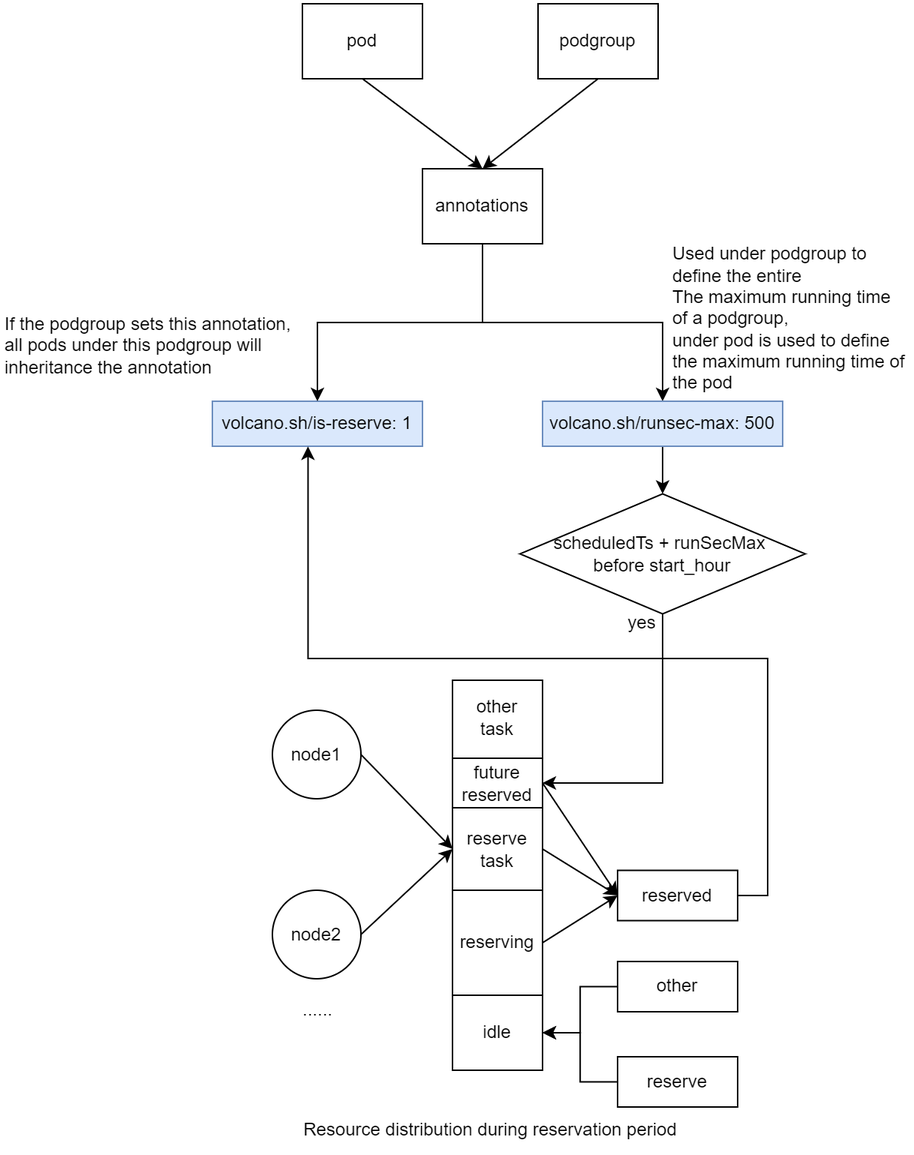
The draw.io diagram docs/design/images/node-resource-reservation-annotation.png in volcano-sh/volcano, before a commit. Source tidied: cells renumbered, new cells last; positions are measured from the earlier drawing's top-left corner, leaving out a move shared by most shapes.
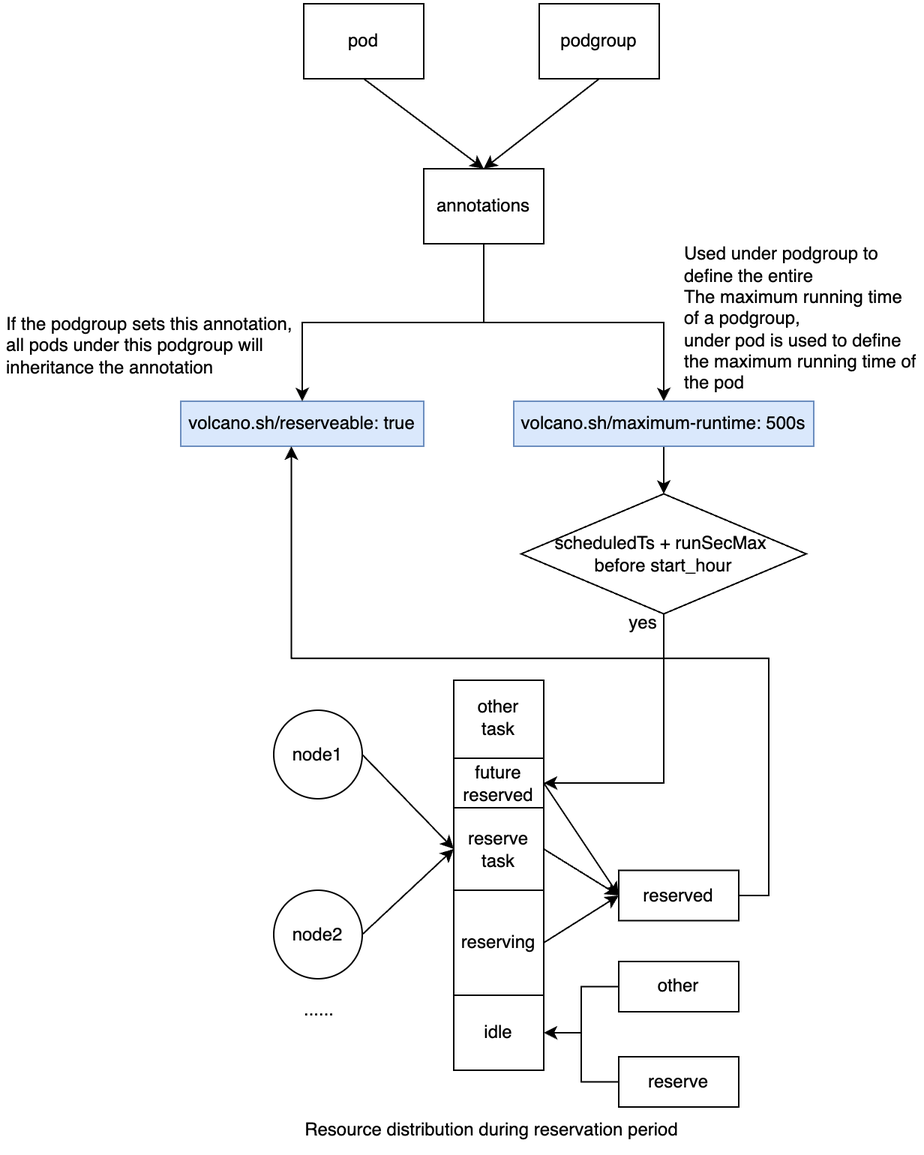
Later version of the same file.

What changed in the source:
```diff
@@ -2,8 +2,8 @@
   <root>
     <mxCell id="0" />
     <mxCell id="1" parent="0" />
-    <mxCell id="2" value="volcano.sh/is-reserve: 1" style="text;html=1;align=center;verticalAlign=middle;whiteSpace=wrap;rounded=0;strokeColor=#6c8ebf;fillColor=#dae8fc;" parent="1" vertex="1">
-      <mxGeometry x="140" y="265" width="140" height="30" as="geometry" />
+    <mxCell id="2" value="volcano.sh/reserveable: true" style="text;html=1;align=center;verticalAlign=middle;whiteSpace=wrap;rounded=0;strokeColor=#6c8ebf;fillColor=#dae8fc;" parent="1" vertex="1">
+      <mxGeometry x="118" y="265" width="162" height="30" as="geometry" />
     </mxCell>
     <mxCell id="3" value="pod" style="rounded=0;whiteSpace=wrap;html=1;" parent="1" vertex="1">
       <mxGeometry x="200" width="80" height="50" as="geometry" />
@@ -74,14 +74,14 @@
     <mxCell id="25" style="edgeStyle=orthogonalEdgeStyle;rounded=0;jettySize=auto;html=1;exitX=0.5;exitY=1;exitDx=0;exitDy=0;entryX=0.5;entryY=0;entryDx=0;entryDy=0;" parent="1" edge="1" source="26" target="35">
       <mxGeometry relative="1" as="geometry" />
     </mxCell>
-    <mxCell id="26" value="volcano.sh/runsec-max: 500" style="text;html=1;align=center;verticalAlign=middle;whiteSpace=wrap;rounded=0;strokeColor=#6c8ebf;fillColor=#dae8fc;" parent="1" vertex="1">
-      <mxGeometry x="360" y="265" width="160" height="30" as="geometry" />
+    <mxCell id="26" value="volcano.sh/maximum-runtime: 500s" style="text;html=1;align=center;verticalAlign=middle;whiteSpace=wrap;rounded=0;strokeColor=#6c8ebf;fillColor=#dae8fc;" parent="1" vertex="1">
+      <mxGeometry x="340" y="265" width="200" height="30" as="geometry" />
     </mxCell>
     <mxCell id="27" value="&lt;div&gt;&lt;span style=&quot;text-wrap: nowrap;&quot;&gt;If the podgroup sets this annotation,&lt;/span&gt;&lt;/div&gt;&lt;div&gt;&lt;span style=&quot;text-wrap: nowrap;&quot;&gt;all pods under this podgroup will&lt;/span&gt;&lt;/div&gt;&lt;div&gt;&lt;span style=&quot;text-wrap: nowrap;&quot;&gt;inheritance the annotation&lt;/span&gt;&lt;/div&gt;" style="text;html=1;align=left;verticalAlign=middle;whiteSpace=wrap;rounded=0;" parent="1" vertex="1">
       <mxGeometry y="203" width="180" height="50" as="geometry" />
     </mxCell>
     <mxCell id="28" value="&lt;div style=&quot;&quot;&gt;&lt;div&gt;Used under podgroup to define the entire&lt;/div&gt;&lt;div&gt;The maximum running time of a podgroup,&lt;/div&gt;&lt;div&gt;under pod is used to define the maximum running time of the pod&lt;/div&gt;&lt;/div&gt;" style="text;html=1;align=left;verticalAlign=middle;whiteSpace=wrap;rounded=0;" parent="1" vertex="1">
-      <mxGeometry x="445" y="180" width="160" height="60" as="geometry" />
+      <mxGeometry x="452" y="180" width="160" height="60" as="geometry" />
     </mxCell>
     <mxCell id="29" value="future&lt;div&gt;reserved&lt;/div&gt;" style="rounded=0;whiteSpace=wrap;html=1;" parent="1" vertex="1">
       <mxGeometry x="300" y="503" width="60" height="33" as="geometry" />
```
